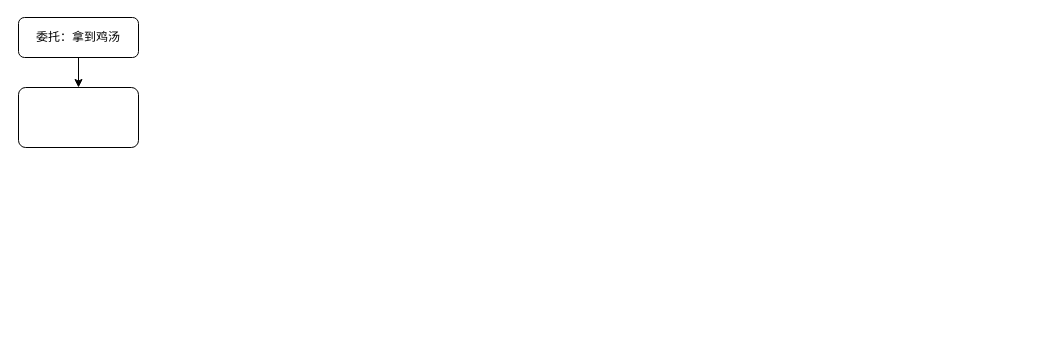
The draw.io diagram lc.drawio in penghao123456/zywtm, before the edit. Source tidied: cells renumbered, new cells numbered last; positions are measured from the earlier drawing's top-left corner, leaving out a move shared by most shapes. Both pictures are drawn from the tidied source at 100%, with x=0, y=0 at pixel (18, 17).
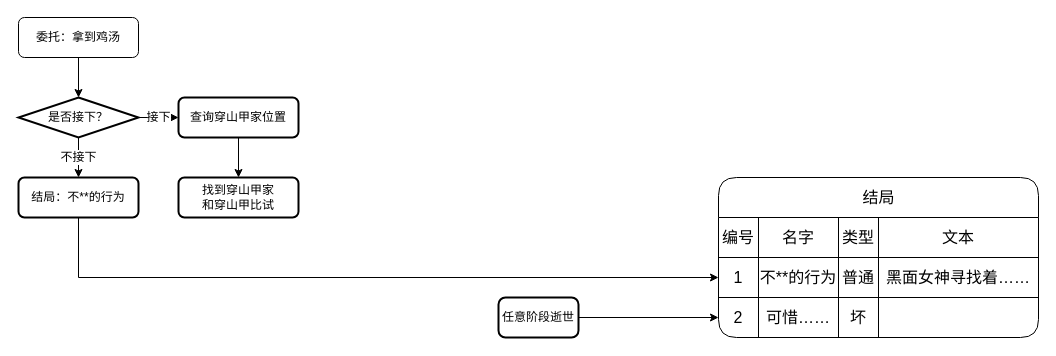
The same page after the edit.

Unchanged cells that the change refers to:
```xml
<mxCell id="3" value="委托：拿到鸡汤" style="rounded=1;whiteSpace=wrap;html=1;fontSize=12;glass=0;strokeWidth=1;shadow=0;" parent="1" vertex="1">
  <mxGeometry width="120" height="40" as="geometry" />
</mxCell>
```

What changed in the source:
```diff
@@
-    <mxCell id="2" style="edgeStyle=orthogonalEdgeStyle;rounded=0;jettySize=auto;html=1;exitX=0.5;exitY=1;exitDx=0;exitDy=0;entryX=0.5;entryY=0;entryDx=0;entryDy=0;" parent="1" edge="1" source="3" target="4">
-      <mxGeometry relative="1" as="geometry" />
-    </mxCell>
+    <mxCell id="6" style="edgeStyle=orthogonalEdgeStyle;rounded=0;jettySize=auto;html=1;fontFamily=Helvetica;fontSize=12;fontColor=default;" parent="1" edge="1" source="3" target="9">
+      <mxGeometry relative="1" as="geometry" />
+    </mxCell>
@@
-    <mxCell id="4" style="whiteSpace=wrap;html=1;rounded=1;glass=0;strokeWidth=1;shadow=0;direction=east;arcSize=12;" parent="1" vertex="1">
-      <mxGeometry y="70" width="120" height="60" as="geometry" />
-    </mxCell>
-    <mxCell id="5" style="edgeStyle=orthogonalEdgeStyle;rounded=0;orthogonalLoop=1;jettySize=auto;html=1;exitX=0.5;exitY=1;exitDx=0;exitDy=0;" parent="1" edge="1" source="4" target="4">
-      <mxGeometry relative="1" as="geometry" />
+    <mxCell id="5" style="edgeStyle=orthogonalEdgeStyle;rounded=0;orthogonalLoop=1;jettySize=auto;html=1;exitX=0.5;exitY=1;exitDx=0;exitDy=0;" parent="1" edge="1">
+      <mxGeometry relative="1" as="geometry">
+        <mxPoint x="60" y="120" as="sourcePoint" />
+        <mxPoint x="60" y="120" as="targetPoint" />
+      </mxGeometry>
     </mxCell>
+    <mxCell id="7" value="接下" style="edgeStyle=orthogonalEdgeStyle;rounded=0;jettySize=auto;html=1;fontFamily=Helvetica;fontSize=12;fontColor=default;" parent="1" edge="1" source="9" target="11">
+      <mxGeometry relative="1" as="geometry" />
+    </mxCell>
+    <mxCell id="8" value="不接下" style="edgeStyle=orthogonalEdgeStyle;rounded=0;jettySize=auto;html=1;fontFamily=Helvetica;fontSize=12;fontColor=default;" parent="1" edge="1" source="9" target="13">
+      <mxGeometry relative="1" as="geometry" />
+    </mxCell>
+    <mxCell id="9" value="是否接下？" style="strokeWidth=2;html=1;shape=mxgraph.flowchart.decision;whiteSpace=wrap;rounded=1;shadow=0;glass=0;strokeColor=default;fontFamily=Helvetica;fontSize=12;fontColor=default;fillColor=default;" parent="1" vertex="1">
+      <mxGeometry y="80" width="120" height="40" as="geometry" />
+    </mxCell>
+    <mxCell id="10" style="edgeStyle=orthogonalEdgeStyle;rounded=0;jettySize=auto;html=1;fontFamily=Helvetica;fontSize=12;fontColor=default;" parent="1" edge="1" source="11" target="30">
+      <mxGeometry relative="1" as="geometry" />
+    </mxCell>
+    <mxCell id="11" value="查询穿山甲家位置" style="whiteSpace=wrap;html=1;strokeWidth=2;rounded=1;shadow=0;glass=0;strokeColor=default;fontFamily=Helvetica;fontSize=12;fontColor=default;fillColor=default;" parent="1" vertex="1">
+      <mxGeometry x="160" y="80" width="120" height="40" as="geometry" />
+    </mxCell>
+    <mxCell id="12" style="edgeStyle=orthogonalEdgeStyle;rounded=0;jettySize=auto;html=1;entryX=0;entryY=0.5;entryDx=0;entryDy=0;fontFamily=Helvetica;fontSize=12;fontColor=default;" parent="1" edge="1" source="13" target="20">
+      <mxGeometry relative="1" as="geometry" />
+    </mxCell>
+    <mxCell id="13" value="结局：不**的行为" style="whiteSpace=wrap;html=1;strokeWidth=2;rounded=1;shadow=0;glass=0;strokeColor=default;fontFamily=Helvetica;fontSize=12;fontColor=default;fillColor=default;" parent="1" vertex="1">
+      <mxGeometry y="160" width="120" height="40" as="geometry" />
+    </mxCell>
+    <mxCell id="14" value="结局" style="shape=table;startSize=40;childLayout=tableLayout;strokeColor=default;fontSize=16;rounded=1;shadow=0;glass=0;strokeWidth=1;fontFamily=Helvetica;fontColor=default;fillColor=default;html=1;" parent="1" vertex="1">
+      <mxGeometry x="700" y="160" width="320" height="160" as="geometry" />
+    </mxCell>
+    <mxCell id="15" style="shape=tableRow;horizontal=0;startSize=0;swimlaneHead=0;swimlaneBody=0;strokeColor=inherit;top=0;left=0;bottom=0;right=0;fillColor=none;fontSize=16;rounded=1;shadow=0;glass=0;strokeWidth=1;fontFamily=Helvetica;fontColor=default;html=1;" parent="14" vertex="1">
+      <mxGeometry y="40" width="320" height="40" as="geometry" />
+    </mxCell>
+    <mxCell id="16" value="编号" style="shape=partialRectangle;html=1;whiteSpace=wrap;strokeColor=inherit;overflow=hidden;fillColor=none;top=0;left=0;bottom=0;right=0;fontSize=16;rounded=1;shadow=0;glass=0;strokeWidth=1;fontFamily=Helvetica;fontColor=default;" parent="15" vertex="1">
+      <mxGeometry width="40" height="40" as="geometry" />
+    </mxCell>
+    <mxCell id="17" value="名字" style="shape=partialRectangle;html=1;whiteSpace=wrap;strokeColor=inherit;overflow=hidden;fillColor=none;top=0;left=0;bottom=0;right=0;fontSize=16;rounded=1;shadow=0;glass=0;strokeWidth=1;fontFamily=Helvetica;fontColor=default;" parent="15" vertex="1">
+      <mxGeometry x="40" width="80" height="40" as="geometry" />
+    </mxCell>
+    <mxCell id="18" value="类型" style="shape=partialRectangle;html=1;whiteSpace=wrap;strokeColor=inherit;overflow=hidden;fillColor=none;top=0;left=0;bottom=0;right=0;fontSize=16;rounded=1;shadow=0;glass=0;strokeWidth=1;fontFamily=Helvetica;fontColor=default;" parent="15" vertex="1">
+      <mxGeometry x="120" width="40" height="40" as="geometry" />
+    </mxCell>
+    <mxCell id="19" value="文本" style="shape=partialRectangle;html=1;whiteSpace=wrap;strokeColor=inherit;overflow=hidden;fillColor=none;top=0;left=0;bottom=0;right=0;fontSize=16;rounded=1;shadow=0;glass=0;strokeWidth=1;fontFamily=Helvetica;fontColor=default;" parent="15" vertex="1">
+      <mxGeometry x="160" width="160" height="40" as="geometry" />
+    </mxCell>
+    <mxCell id="20" style="shape=tableRow;horizontal=0;startSize=0;swimlaneHead=0;swimlaneBody=0;strokeColor=inherit;top=0;left=0;bottom=0;right=0;fillColor=none;points=[[0,0.5],[1,0.5]];portConstraint=eastwest;fontSize=16;rounded=1;shadow=0;glass=0;strokeWidth=1;fontFamily=Helvetica;fontColor=default;html=1;" parent="14" vertex="1">
+      <mxGeometry y="80" width="320" height="40" as="geometry" />
+    </mxCell>
+    <mxCell id="21" value="1" style="shape=partialRectangle;html=1;whiteSpace=wrap;strokeColor=inherit;overflow=hidden;fillColor=none;top=0;left=0;bottom=0;right=0;fontSize=16;rounded=1;shadow=0;glass=0;strokeWidth=1;fontFamily=Helvetica;fontColor=default;" parent="20" vertex="1">
+      <mxGeometry width="40" height="40" as="geometry" />
+    </mxCell>
+    <mxCell id="22" value="不**的行为" style="shape=partialRectangle;html=1;whiteSpace=wrap;strokeColor=inherit;overflow=hidden;fillColor=none;top=0;left=0;bottom=0;right=0;fontSize=16;rounded=1;shadow=0;glass=0;strokeWidth=1;fontFamily=Helvetica;fontColor=default;" parent="20" vertex="1">
+      <mxGeometry x="40" width="80" height="40" as="geometry" />
+    </mxCell>
+    <mxCell id="23" value="普通" style="shape=partialRectangle;html=1;whiteSpace=wrap;strokeColor=inherit;overflow=hidden;fillColor=none;top=0;left=0;bottom=0;right=0;fontSize=16;rounded=1;shadow=0;glass=0;strokeWidth=1;fontFamily=Helvetica;fontColor=default;" parent="20" vertex="1">
+      <mxGeometry x="120" width="40" height="40" as="geometry" />
+    </mxCell>
+    <mxCell id="24" value="黑面女神寻找着……" style="shape=partialRectangle;html=1;whiteSpace=wrap;strokeColor=inherit;overflow=hidden;fillColor=none;top=0;left=0;bottom=0;right=0;fontSize=16;rounded=1;shadow=0;glass=0;strokeWidth=1;fontFamily=Helvetica;fontColor=default;" parent="20" vertex="1">
+      <mxGeometry x="160" width="160" height="40" as="geometry" />
+    </mxCell>
+    <mxCell id="25" style="shape=tableRow;horizontal=0;startSize=0;swimlaneHead=0;swimlaneBody=0;strokeColor=inherit;top=0;left=0;bottom=0;right=0;fillColor=none;points=[[0,0.5],[1,0.5]];portConstraint=eastwest;fontSize=16;rounded=1;shadow=0;glass=0;strokeWidth=1;fontFamily=Helvetica;fontColor=default;html=1;" parent="14" vertex="1">
+      <mxGeometry y="120" width="320" height="40" as="geometry" />
+    </mxCell>
+    <mxCell id="26" value="2" style="shape=partialRectangle;html=1;whiteSpace=wrap;strokeColor=inherit;overflow=hidden;fillColor=none;top=0;left=0;bottom=0;right=0;fontSize=16;rounded=1;shadow=0;glass=0;strokeWidth=1;fontFamily=Helvetica;fontColor=default;" parent="25" vertex="1">
+      <mxGeometry width="40" height="40" as="geometry" />
+    </mxCell>
+    <mxCell id="27" value="可惜……" style="shape=partialRectangle;html=1;whiteSpace=wrap;strokeColor=inherit;overflow=hidden;fillColor=none;top=0;left=0;bottom=0;right=0;fontSize=16;rounded=1;shadow=0;glass=0;strokeWidth=1;fontFamily=Helvetica;fontColor=default;" parent="25" vertex="1">
+      <mxGeometry x="40" width="80" height="40" as="geometry" />
+    </mxCell>
+    <mxCell id="28" value="坏" style="shape=partialRectangle;html=1;whiteSpace=wrap;strokeColor=inherit;overflow=hidden;fillColor=none;top=0;left=0;bottom=0;right=0;fontSize=16;rounded=1;shadow=0;glass=0;strokeWidth=1;fontFamily=Helvetica;fontColor=default;" parent="25" vertex="1">
+      <mxGeometry x="120" width="40" height="40" as="geometry" />
+    </mxCell>
+    <mxCell id="29" style="shape=partialRectangle;html=1;whiteSpace=wrap;strokeColor=inherit;overflow=hidden;fillColor=none;top=0;left=0;bottom=0;right=0;fontSize=16;rounded=1;shadow=0;glass=0;strokeWidth=1;fontFamily=Helvetica;fontColor=default;" parent="25" vertex="1">
+      <mxGeometry x="160" width="160" height="40" as="geometry" />
+    </mxCell>
+    <mxCell id="30" value="找到穿山甲家&lt;br&gt;和穿山甲比试" style="whiteSpace=wrap;html=1;strokeWidth=2;rounded=1;shadow=0;glass=0;strokeColor=default;fontFamily=Helvetica;fontSize=12;fontColor=default;fillColor=default;" parent="1" vertex="1">
+      <mxGeometry x="160" y="160" width="120" height="40" as="geometry" />
+    </mxCell>
+    <mxCell id="31" style="edgeStyle=orthogonalEdgeStyle;rounded=0;jettySize=auto;html=1;fontFamily=Helvetica;fontSize=12;fontColor=default;" parent="1" edge="1" source="32" target="25">
+      <mxGeometry relative="1" as="geometry" />
+    </mxCell>
+    <mxCell id="32" value="任意阶段逝世" style="rounded=1;whiteSpace=wrap;html=1;absoluteArcSize=1;arcSize=14;strokeWidth=2;shadow=0;glass=0;strokeColor=default;fontFamily=Helvetica;fontSize=12;fontColor=default;fillColor=default;" parent="1" vertex="1">
+      <mxGeometry x="480" y="280" width="80" height="40" as="geometry" />
+    </mxCell>
```
